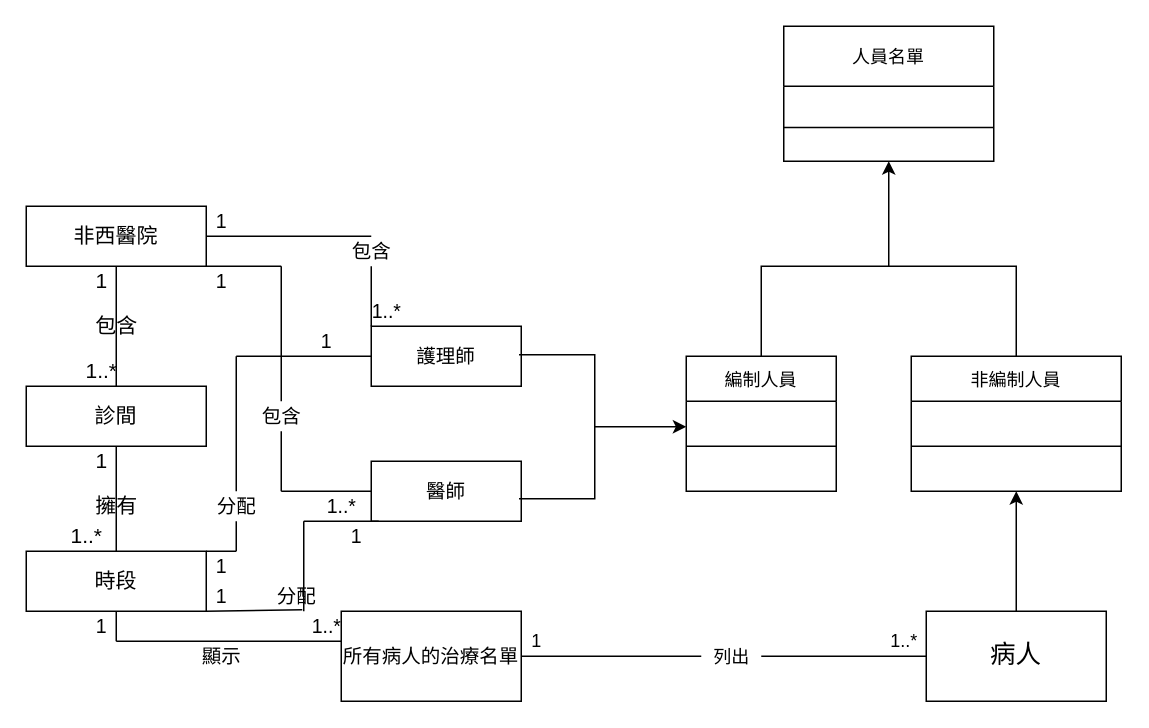
Earlier version of the draw.io diagram Clinic.drawio (han0302/110-2HW2). Source tidied: cells renumbered, new cells numbered last; positions are measured from the earlier drawing's top-left corner, leaving out a move shared by most shapes. Both pictures are drawn from the tidied source at 150%, with x=0, y=0 at pixel (26, 26).
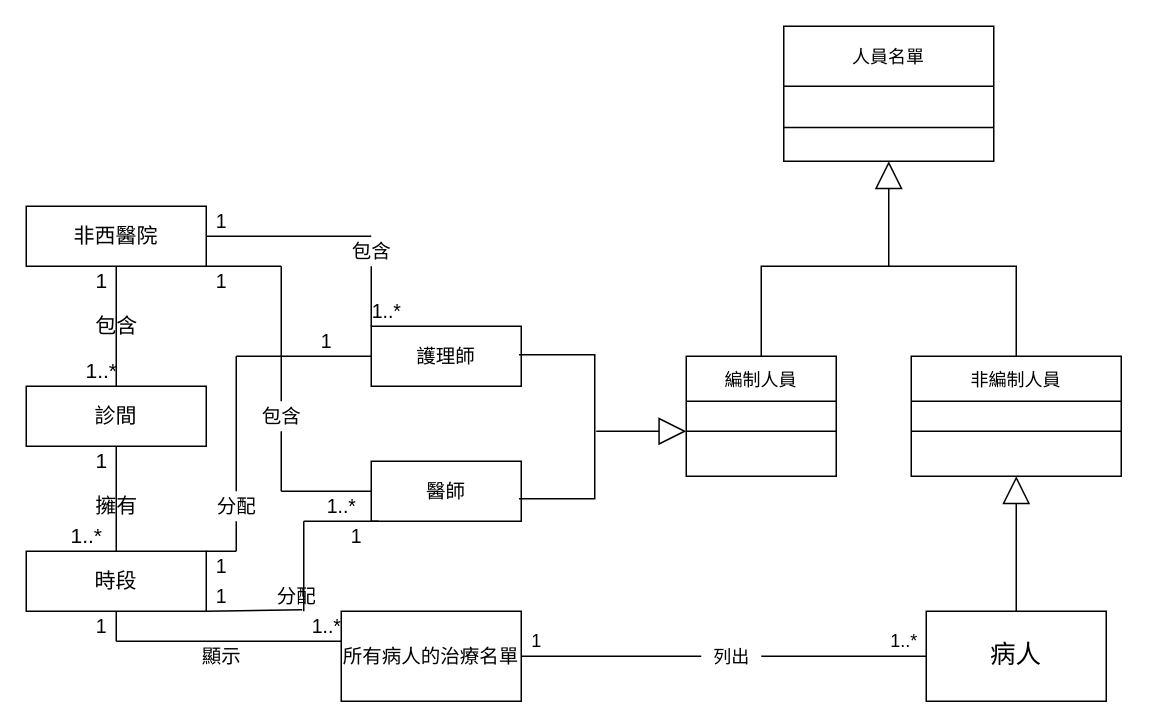
After the change.

The change refers to these unchanged cells:
```xml
<mxCell id="48" value="&lt;font style=&quot;font-size: 17px&quot;&gt;病人&lt;/font&gt;" style="rounded=0;whiteSpace=wrap;html=1;fontSize=13;" parent="1" vertex="1">
  <mxGeometry x="600" y="390" width="120" height="60" as="geometry" />
</mxCell>
<mxCell id="55" style="shape=partialRectangle;whiteSpace=wrap;html=1;bottom=1;right=1;left=1;top=0;fillColor=none;routingCenterX=-0.5;fontSize=12;rotation=-90;" parent="1" vertex="1">
  <mxGeometry x="306" y="242" width="96" height="50" as="geometry" />
</mxCell>
<mxCell id="58" style="shape=partialRectangle;whiteSpace=wrap;html=1;bottom=1;right=1;left=1;top=0;fillColor=none;routingCenterX=-0.5;fontSize=12;rotation=-180;" parent="1" vertex="1">
  <mxGeometry x="490" y="160" width="170" height="60" as="geometry" />
</mxCell>
<mxCell id="60" value="人員名單" style="swimlane;fontStyle=0;horizontal=1;startSize=40;fontSize=12;" parent="1" vertex="1">
  <mxGeometry x="505" width="140" height="90" as="geometry" />
</mxCell>
```

Diff of the diagram source:
```diff
@@
-    <mxCell id="53" style="endArrow=classic;html=1;fontSize=12;exitX=0.5;exitY=0;exitDx=0;exitDy=0;entryX=0.5;entryY=1;entryDx=0;entryDy=0;" parent="1" edge="1" source="48">
-      <mxGeometry relative="1" as="geometry">
-        <mxPoint x="660" y="310" as="targetPoint" />
-      </mxGeometry>
-    </mxCell>
     <mxCell id="54" value="非編制人員" style="swimlane;fontStyle=0;horizontal=1;startSize=30;fontSize=12;" parent="1" vertex="1">
-      <mxGeometry x="590" y="220" width="140" height="90" as="geometry" />
+      <mxGeometry x="590" y="220" width="140" height="80" as="geometry" />
     </mxCell>
@@
-    <mxCell id="56" style="endArrow=classic;html=1;fontSize=12;exitX=0.5;exitY=1;exitDx=0;exitDy=0;" parent="1" edge="1" source="55">
-      <mxGeometry relative="1" as="geometry">
-        <mxPoint x="440" y="267" as="targetPoint" />
-      </mxGeometry>
-    </mxCell>
     <mxCell id="57" value="編制人員" style="swimlane;fontStyle=0;horizontal=1;startSize=30;fontSize=12;" parent="1" vertex="1">
-      <mxGeometry x="440" y="220" width="100" height="90" as="geometry" />
+      <mxGeometry x="440" y="220" width="100" height="80" as="geometry" />
     </mxCell>
+    <mxCell id="61" style="endArrow=none;html=1;fontSize=12;" parent="57" edge="1">
+      <mxGeometry relative="1" as="geometry">
+        <mxPoint y="50" as="sourcePoint" />
+        <mxPoint x="100" y="50" as="targetPoint" />
+      </mxGeometry>
+    </mxCell>
@@
-    <mxCell id="59" style="endArrow=classic;html=1;fontSize=12;exitX=0.5;exitY=1;exitDx=0;exitDy=0;" parent="1" edge="1" source="58">
-      <mxGeometry relative="1" as="geometry">
-        <mxPoint x="575" y="90" as="targetPoint" />
-      </mxGeometry>
-    </mxCell>
@@
-    <mxCell id="61" style="endArrow=none;html=1;fontSize=12;" parent="1" edge="1">
-      <mxGeometry relative="1" as="geometry">
-        <mxPoint x="440" y="280" as="sourcePoint" />
-        <mxPoint x="540" y="280" as="targetPoint" />
-      </mxGeometry>
-    </mxCell>
     <mxCell id="62" style="endArrow=none;html=1;fontSize=12;" parent="1" edge="1">
       <mxGeometry relative="1" as="geometry">
-        <mxPoint x="590" y="280" as="sourcePoint" />
-        <mxPoint x="730" y="280" as="targetPoint" />
+        <mxPoint x="590" y="270" as="sourcePoint" />
+        <mxPoint x="730" y="270" as="targetPoint" />
       </mxGeometry>
     </mxCell>
@@
+    <mxCell id="64" style="endArrow=block;endSize=16;endFill=0;html=1;" parent="1" edge="1">
+      <mxGeometry relative="1" as="geometry">
+        <mxPoint x="380" y="270" as="sourcePoint" />
+        <mxPoint x="440" y="270" as="targetPoint" />
+      </mxGeometry>
+    </mxCell>
+    <mxCell id="65" style="endArrow=block;endSize=16;endFill=0;html=1;entryX=0.5;entryY=1;entryDx=0;entryDy=0;exitX=0.5;exitY=0;exitDx=0;exitDy=0;" parent="1" edge="1" source="48" target="54">
+      <mxGeometry relative="1" as="geometry" />
+    </mxCell>
+    <mxCell id="66" style="endArrow=block;endSize=16;endFill=0;html=1;entryX=0.5;entryY=1;entryDx=0;entryDy=0;exitX=0.5;exitY=1;exitDx=0;exitDy=0;" parent="1" edge="1" source="58" target="60">
+      <mxGeometry relative="1" as="geometry" />
+    </mxCell>
```
